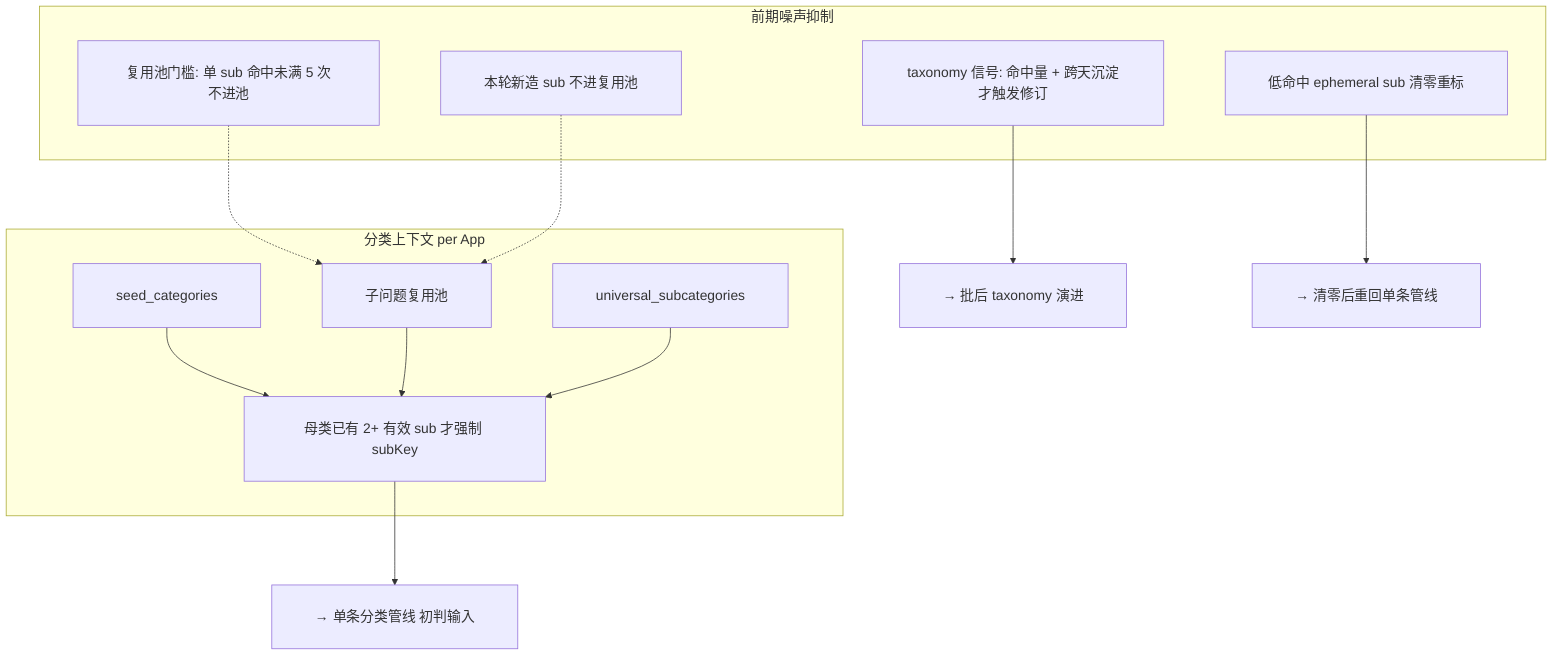
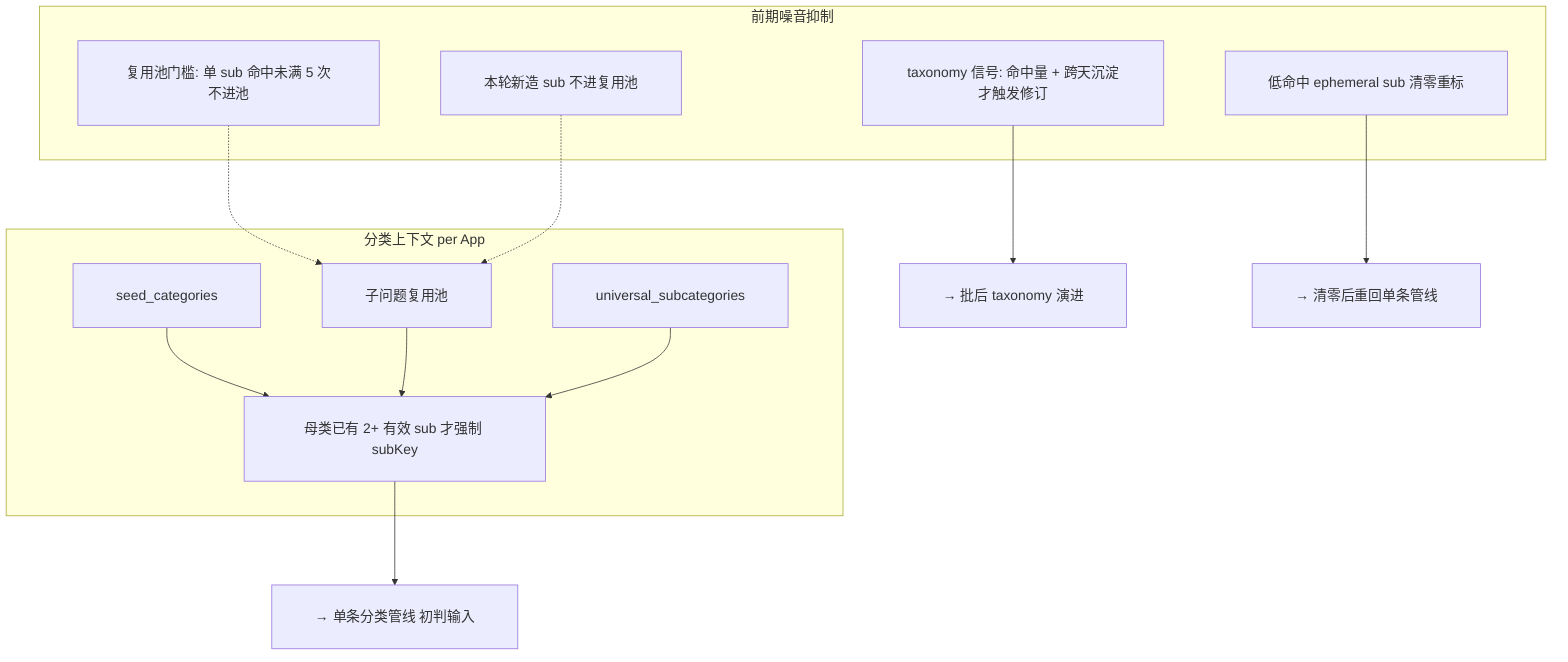
%%{init: {"themeVariables": {"fontSize": "18px"}, "flowchart": {"nodeSpacing": 80, "rankSpacing": 90, "padding": 28, "wrappingWidth": 280}}}%%
flowchart TB
  subgraph ctx [分类上下文 per App]
    SEED[seed_categories]
    POOL[子问题复用池]
    SUBS[universal_subcategories]
    SEED --> GSUB["母类已有 2+ 有效 sub 才强制 subKey"]
    POOL --> GSUB
    SUBS --> GSUB
  end

-   subgraph noise [前期噪声抑制]
+   subgraph noise [前期噪音抑制]
    N1["复用池门槛: 单 sub 命中未满 5 次不进池"]
    N2["本轮新造 sub 不进复用池"]
    N3["taxonomy 信号: 命中量 + 跨天沉淀才触发修订"]
    N4["低命中 ephemeral sub 清零重标"]
  end

  N1 -.-> POOL
  N2 -.-> POOL

  GSUB --> OUT_PIPE["→ 单条分类管线 初判输入"]
  N3 --> OUT_EVO["→ 批后 taxonomy 演进"]
  N4 --> OUT_RERUN["→ 清零后重回单条管线"]
